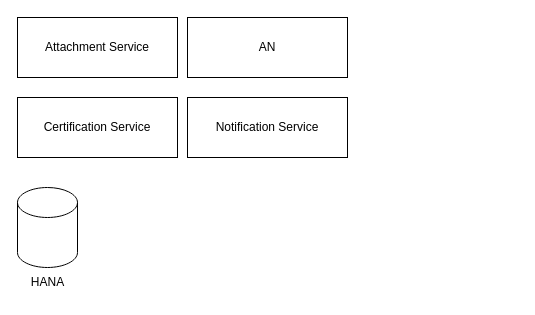
Before: certification_service_block.drawio in huangshijie/Drawio, a draw.io diagram. Source tidied: cells renumbered, new cells numbered last; positions are measured from the earlier drawing's top-left corner, leaving out a move shared by most shapes. Both pictures are drawn from the tidied source at 100%, with x=0, y=0 at pixel (17, 17).
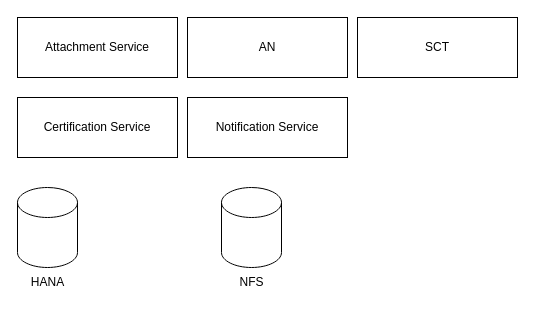
The same page after the edit.

Change to the diagram source:
```diff
@@
 <mxGraphModel>
   <root>
     <mxCell id="0" />
     <mxCell id="1" parent="0" />
     <mxCell id="2" value="Certification Service" style="rounded=0;whiteSpace=wrap;html=1;" parent="1" vertex="1">
       <mxGeometry y="80" width="160" height="60" as="geometry" />
     </mxCell>
     <mxCell id="3" style="group;" parent="1" vertex="1">
       <mxGeometry y="170" width="60" height="110" as="geometry" />
     </mxCell>
     <mxCell id="4" style="shape=cylinder3;whiteSpace=wrap;html=1;boundedLbl=1;backgroundOutline=1;size=15;" parent="3" vertex="1">
       <mxGeometry width="60" height="80" as="geometry" />
     </mxCell>
     <mxCell id="5" value="HANA" style="text;html=1;align=center;verticalAlign=middle;strokeColor=none;fillColor=none;" parent="3" vertex="1">
       <mxGeometry y="80" width="60" height="30" as="geometry" />
     </mxCell>
     <mxCell id="6" value="Attachment Service" style="rounded=0;whiteSpace=wrap;html=1;" parent="1" vertex="1">
       <mxGeometry width="160" height="60" as="geometry" />
     </mxCell>
     <mxCell id="7" value="AN" style="rounded=0;whiteSpace=wrap;html=1;" parent="1" vertex="1">
       <mxGeometry x="170" width="160" height="60" as="geometry" />
     </mxCell>
     <mxCell id="8" value="Notification Service" style="rounded=0;whiteSpace=wrap;html=1;" parent="1" vertex="1">
       <mxGeometry x="170" y="80" width="160" height="60" as="geometry" />
     </mxCell>
+    <mxCell id="9" value="SCT" style="rounded=0;whiteSpace=wrap;html=1;" parent="1" vertex="1">
+      <mxGeometry x="340" width="160" height="60" as="geometry" />
+    </mxCell>
+    <mxCell id="10" style="group;" parent="1" vertex="1">
+      <mxGeometry x="204" y="170" width="60" height="110" as="geometry" />
+    </mxCell>
+    <mxCell id="11" style="shape=cylinder3;whiteSpace=wrap;html=1;boundedLbl=1;backgroundOutline=1;size=15;" parent="10" vertex="1">
+      <mxGeometry width="60" height="80" as="geometry" />
+    </mxCell>
+    <mxCell id="12" value="NFS" style="text;html=1;align=center;verticalAlign=middle;strokeColor=none;fillColor=none;" parent="10" vertex="1">
+      <mxGeometry x="5" y="80" width="50" height="30" as="geometry" />
+    </mxCell>
   </root>
 </mxGraphModel>
```
